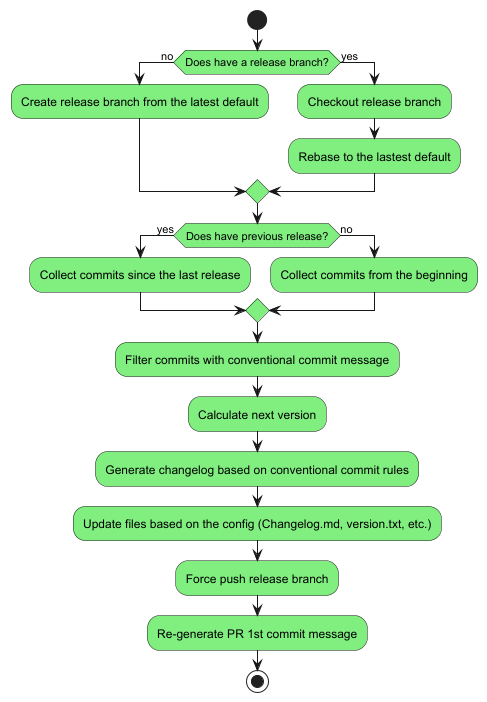
The PlantUML diagram docs/plantuml/update_flow.png in zolkiss/project-git-release-core, before a commit. The source it was exported from:
```plantuml
@startuml
<style>
    .finished {
        BackgroundColor: #80EF80
    }
</style>
start
if(Does have a release branch?) then (no) <<finished>>
    :Create release branch from the latest default; <<finished>>
else (yes)
    :Checkout release branch; <<finished>>
    :Rebase to the lastest default; <<finished>>
endif
if(Does have previous release?) then (yes) <<finished>>
    :Collect commits since the last release; <<finished>>
else (no)
    :Collect commits from the beginning; <<finished>>
endif
:Filter commits with conventional commit message; <<finished>>
:Calculate next version; <<finished>>
:Generate changelog based on conventional commit rules; <<finished>>
:Update files based on the config (Changelog.md, version.txt, etc.); <<finished>>
:Force push release branch; <<finished>>
:Re-generate PR 1st commit message; <<finished>>

stop
@enduml
```
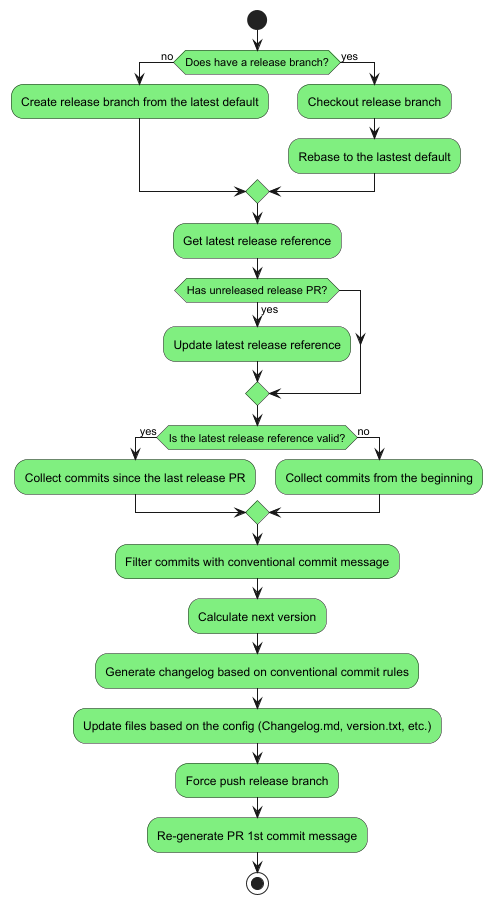
After the commit.

What changed in the source:
```diff
@@ -11,8 +11,12 @@
     :Checkout release branch; <<finished>>
     :Rebase to the lastest default; <<finished>>
 endif
-if(Does have previous release?) then (yes) <<finished>>
-    :Collect commits since the last release; <<finished>>
+:Get latest release reference; <<finished>>
+if(Has unreleased release PR?) then (yes) <<finished>>
+    :Update latest release reference; <<finished>>
+endif
+if(Is the latest release reference valid?) then (yes) <<finished>>
+    :Collect commits since the last release PR; <<finished>>
 else (no)
     :Collect commits from the beginning; <<finished>>
 endif
```
